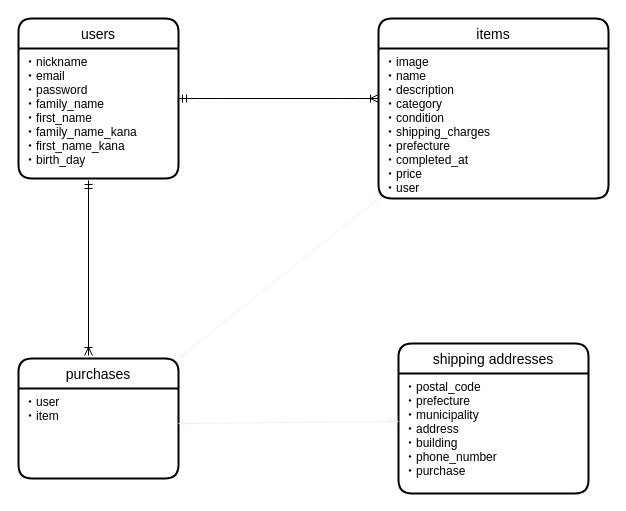
Above: app/views/furima-31519.dio in takuya20201003/furima-31519 (draw.io), before the change. Source tidied: cells renumbered, new cells numbered last; positions are measured from the earlier drawing's top-left corner, leaving out a move shared by most shapes. Both pictures are drawn from the tidied source at 100%, with x=0, y=0 at pixel (18, 18).
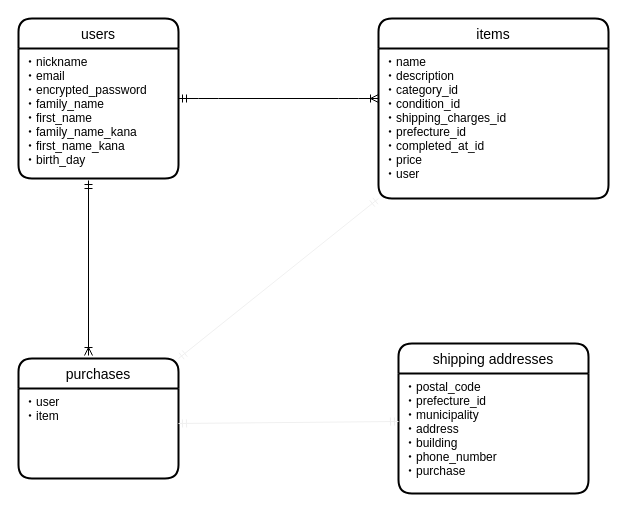
Above is the later version.

Diff of the diagram source:
```diff
@@
 <mxGraphModel>
   <root>
     <mxCell id="0" />
     <mxCell id="1" parent="0" />
     <mxCell id="2" value="users" style="swimlane;horizontal=1;startSize=30;rounded=1;fontSize=14;fontStyle=0;strokeWidth=2;shadow=0;dashed=0;align=center;" parent="1" vertex="1">
       <mxGeometry width="160" height="160" as="geometry" />
     </mxCell>
-    <mxCell id="3" value="・nickname&#10;・email&#10;・password&#10;・family_name&#10;・first_name&#10;・family_name_kana&#10;・first_name_kana&#10;・birth_day" style="align=left;strokeColor=none;fillColor=none;spacingLeft=4;fontSize=12;verticalAlign=top;" parent="2" vertex="1">
+    <mxCell id="3" value="・nickname&#10;・email&#10;・encrypted_password&#10;・family_name&#10;・first_name&#10;・family_name_kana&#10;・first_name_kana&#10;・birth_day" style="align=left;strokeColor=none;fillColor=none;spacingLeft=4;fontSize=12;verticalAlign=top;" parent="2" vertex="1">
       <mxGeometry y="30" width="160" height="130" as="geometry" />
     </mxCell>
     <mxCell id="4" value="items" style="swimlane;horizontal=1;startSize=30;rounded=1;fontSize=14;fontStyle=0;strokeWidth=2;shadow=0;dashed=0;align=center;" parent="1" vertex="1">
       <mxGeometry x="360" width="230" height="180" as="geometry" />
     </mxCell>
-    <mxCell id="5" value="・image&#10;・name&#10;・description&#10;・category&#10;・condition&#10;・shipping_charges&#10;・prefecture&#10;・completed_at&#10;・price&#10;・user&#10;&#10;&#10;&#10;" style="align=left;strokeColor=none;fillColor=none;spacingLeft=4;fontSize=12;verticalAlign=top;" parent="4" vertex="1">
+    <mxCell id="5" value="・name&#10;・description&#10;・category_id&#10;・condition_id&#10;・shipping_charges_id&#10;・prefecture_id&#10;・completed_at_id&#10;・price&#10;・user&#10;&#10;&#10;&#10;" style="align=left;strokeColor=none;fillColor=none;spacingLeft=4;fontSize=12;verticalAlign=top;" parent="4" vertex="1">
       <mxGeometry y="30" width="230" height="150" as="geometry" />
     </mxCell>
     <mxCell id="6" style="fontSize=12;html=1;endArrow=ERmandOne;startArrow=ERmandOne;strokeColor=#f0f0f0;exitX=0.5;exitY=0;exitDx=0;exitDy=0;entryX=0;entryY=1;entryDx=0;entryDy=0;" parent="4" edge="1" target="5">
       <mxGeometry relative="1" as="geometry">
         <mxPoint x="-200" y="340" as="sourcePoint" />
       </mxGeometry>
     </mxCell>
     <mxCell id="7" value="shipping addresses" style="swimlane;horizontal=1;startSize=30;rounded=1;fontSize=14;fontStyle=0;strokeWidth=2;shadow=0;dashed=0;align=center;" parent="1" vertex="1">
       <mxGeometry x="380" y="325" width="190" height="150" as="geometry" />
     </mxCell>
-    <mxCell id="8" value="・postal_code&#10;・prefecture&#10;・municipality&#10;・address&#10;・building&#10;・phone_number&#10;・purchase&#10;&#10;&#10;&#10;" style="align=left;strokeColor=none;fillColor=none;spacingLeft=4;fontSize=12;verticalAlign=top;" parent="7" vertex="1">
+    <mxCell id="8" value="・postal_code&#10;・prefecture_id&#10;・municipality&#10;・address&#10;・building&#10;・phone_number&#10;・purchase&#10;&#10;&#10;&#10;" style="align=left;strokeColor=none;fillColor=none;spacingLeft=4;fontSize=12;verticalAlign=top;" parent="7" vertex="1">
       <mxGeometry y="30" width="190" height="120" as="geometry" />
     </mxCell>
     <mxCell id="9" style="edgeStyle=entityRelationEdgeStyle;fontSize=12;html=1;endArrow=ERoneToMany;startArrow=ERmandOne;" parent="1" edge="1">
       <mxGeometry relative="1" as="geometry">
         <mxPoint x="160" y="80" as="sourcePoint" />
         <mxPoint x="360" y="80" as="targetPoint" />
       </mxGeometry>
     </mxCell>
     <mxCell id="10" value="purchases" style="swimlane;horizontal=1;startSize=30;rounded=1;fontSize=14;fontStyle=0;strokeWidth=2;shadow=0;dashed=0;align=center;" parent="1" vertex="1">
       <mxGeometry y="340" width="160" height="120" as="geometry" />
     </mxCell>
     <mxCell id="11" value="・user&#10;・item" style="align=left;strokeColor=none;fillColor=none;spacingLeft=4;fontSize=12;verticalAlign=top;whiteSpace=wrap;" parent="10" vertex="1">
       <mxGeometry y="30" width="160" height="90" as="geometry" />
     </mxCell>
     <mxCell id="12" style="fontSize=12;html=1;endArrow=ERmandOne;startArrow=ERmandOne;strokeColor=#f0f0f0;entryX=0;entryY=0.4;entryDx=0;entryDy=0;exitX=1;exitY=0.389;exitDx=0;exitDy=0;exitPerimeter=0;entryPerimeter=0;" parent="1" edge="1" source="11" target="8">
       <mxGeometry relative="1" as="geometry" />
     </mxCell>
     <mxCell id="13" style="fontSize=12;html=1;endArrow=ERoneToMany;startArrow=ERmandOne;" parent="1" edge="1">
       <mxGeometry relative="1" as="geometry">
         <mxPoint x="70" y="162" as="sourcePoint" />
         <mxPoint x="70" y="337" as="targetPoint" />
       </mxGeometry>
     </mxCell>
   </root>
 </mxGraphModel>
```
